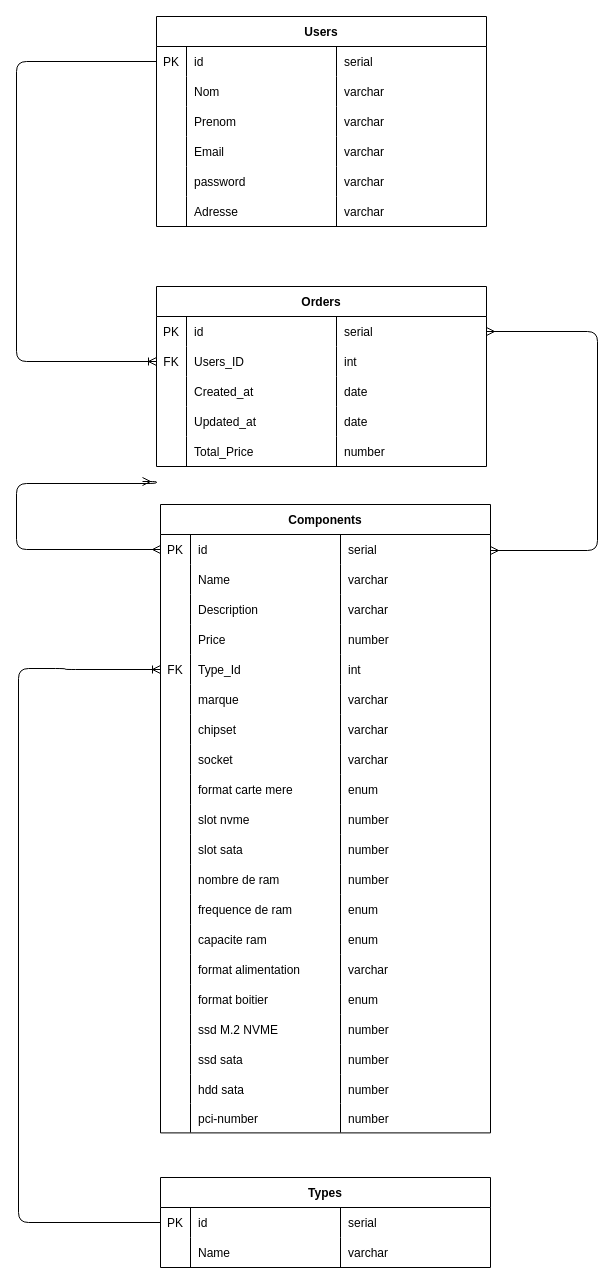
Above: ERD.drawio in Wyllwyll/projetPerso (draw.io), before the change. Source tidied: cells renumbered, new cells numbered last; positions are measured from the earlier drawing's top-left corner, leaving out a move shared by most shapes. Both pictures are drawn from the tidied source at 100%, with x=0, y=0 at pixel (16, 16).
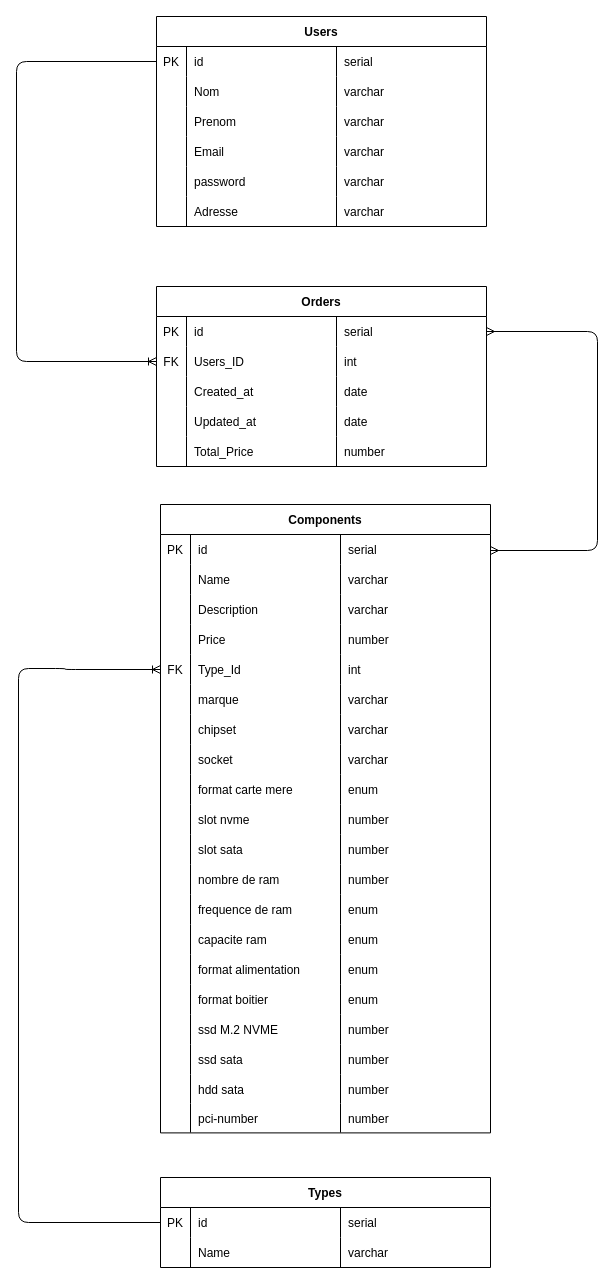
The same page after the edit.

The change refers to these unchanged cells:
```xml
<mxCell id="62" style="shape=tableRow;horizontal=0;startSize=0;swimlaneHead=0;swimlaneBody=0;fillColor=none;points=[[0,0.5],[1,0.5]];portConstraint=eastwest;top=0;left=0;right=0;bottom=0;" parent="61" vertex="1">
  <mxGeometry y="30" width="330" height="30" as="geometry" />
</mxCell>
<mxCell id="118" style="shape=tableRow;horizontal=0;startSize=0;swimlaneHead=0;swimlaneBody=0;fillColor=none;top=0;left=0;right=0;bottom=0;" parent="61" vertex="1">
  <mxGeometry y="450" width="330" height="30" as="geometry" />
</mxCell>
```

The edit, as a diff of the source:
```diff
@@
-    <mxCell id="59" style="edgeStyle=orthogonalEdgeStyle;fontSize=12;html=1;endArrow=ERmany;startArrow=ERmany;exitX=0;exitY=0.5;exitDx=0;exitDy=0;entryX=0;entryY=0.5;entryDx=0;entryDy=0;" parent="1" edge="1" source="62">
-      <mxGeometry relative="1" as="geometry">
-        <mxPoint x="126" y="465" as="targetPoint" />
-        <Array as="points">
-          <mxPoint y="533" />
-          <mxPoint y="467" />
-          <mxPoint x="140" y="467" />
-        </Array>
-      </mxGeometry>
-    </mxCell>
@@
-    <mxCell id="121" value="varchar" style="shape=partialRectangle;fillColor=none;top=0;left=0;bottom=0;right=0;align=left;spacingLeft=6;overflow=hidden;" parent="118" vertex="1">
+    <mxCell id="121" value="enum" style="shape=partialRectangle;fillColor=none;top=0;left=0;bottom=0;right=0;align=left;spacingLeft=6;overflow=hidden;" parent="118" vertex="1">
       <mxGeometry x="180" width="150" height="30" as="geometry" />
     </mxCell>
```
